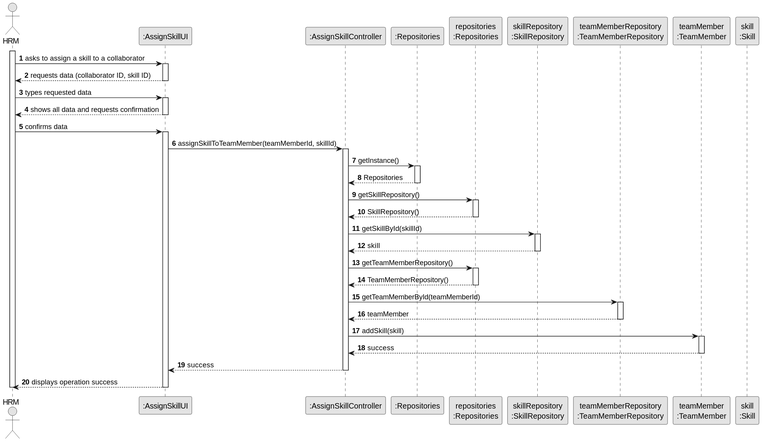
Before: docs/sprintC/us004/03.design/svg/us004-sequence-diagram-full.svg, a diagram exported from PlantUML (Mendoncaa/LAPR2). Source of this version:
```plantuml
@startuml
skinparam monochrome true
skinparam packageStyle rectangle
skinparam shadowing false

autonumber

actor "HRM" as ADM
participant ":AssignSkillUI" as UI
participant ":AssignSkillController" as CTRL
participant ":Repositories" as RepositorySingleton
participant "repositories\n:Repositories" as PLAT
participant "skillRepository\n:SkillRepository" as SkillRepository
participant "teamMemberRepository\n:TeamMemberRepository" as TeamMemberRepository
participant "teamMember\n:TeamMember" as TeamMember
participant "skill\n:Skill" as Skill

activate ADM

    ADM -> UI : asks to assign a skill to a collaborator
    activate UI

    UI --> ADM : requests data (collaborator ID, skill ID)
    deactivate UI

    ADM -> UI : types requested data
    activate UI

    UI --> ADM : shows all data and requests confirmation
    deactivate UI

    ADM -> UI : confirms data
    activate UI

    UI -> CTRL : assignSkillToTeamMember(teamMemberId, skillId)
    activate CTRL

    CTRL -> RepositorySingleton : getInstance()
    activate RepositorySingleton
    CTRL <-- RepositorySingleton : Repositories
    deactivate RepositorySingleton

    CTRL -> PLAT : getSkillRepository()
    activate PLAT
    CTRL <-- PLAT : SkillRepository()
    deactivate PLAT

    CTRL -> SkillRepository : getSkillById(skillId)
    activate SkillRepository
    CTRL <-- SkillRepository : skill
    deactivate SkillRepository

    CTRL -> PLAT : getTeamMemberRepository()
    activate PLAT
    CTRL <-- PLAT : TeamMemberRepository()
    deactivate PLAT

    CTRL -> TeamMemberRepository : getTeamMemberById(teamMemberId)
    activate TeamMemberRepository
    CTRL <-- TeamMemberRepository : teamMember
    deactivate TeamMemberRepository

    CTRL -> TeamMember : addSkill(skill)
    activate TeamMember
    CTRL <-- TeamMember : success
    deactivate TeamMember

    CTRL --> UI : success
    deactivate CTRL

    UI --> ADM : displays operation success
deactivate UI

deactivate ADM
@enduml
```
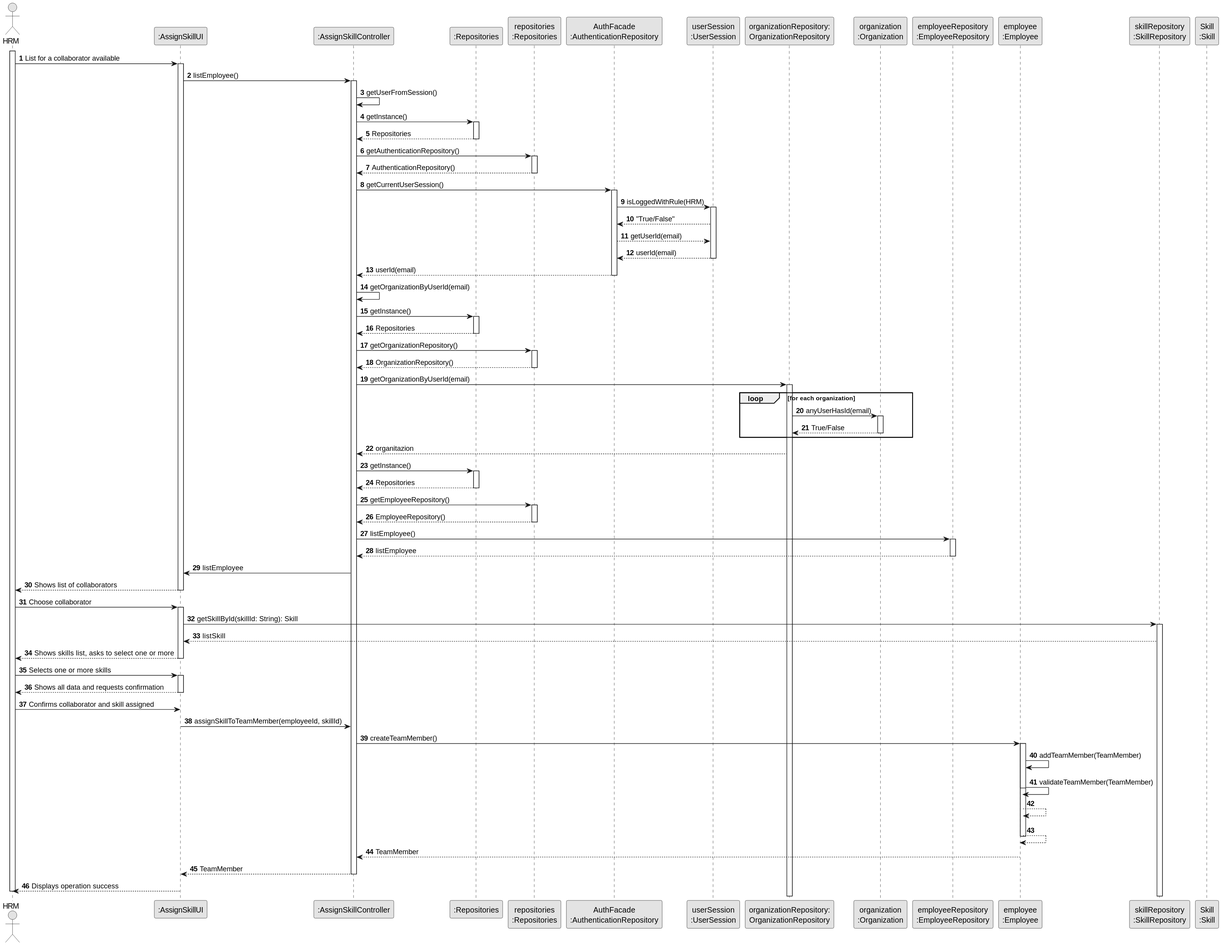
After the change.

What changed in the source:
```diff
@@ -5,71 +5,145 @@
 
 autonumber
 
+
 actor "HRM" as ADM
 participant ":AssignSkillUI" as UI
 participant ":AssignSkillController" as CTRL
 participant ":Repositories" as RepositorySingleton
 participant "repositories\n:Repositories" as PLAT
+participant "AuthFacade\n:AuthenticationRepository" as AUTHREP
+participant "userSession\n:UserSession" as USER
+participant "organizationRepository:\nOrganizationRepository" as OrganizationRepository
+participant "organization\n:Organization" as ORG
+participant "employeeRepository\n:EmployeeRepository" as EmployeeRepository
+participant "employee\n:Employee" as Employee
 participant "skillRepository\n:SkillRepository" as SkillRepository
-participant "teamMemberRepository\n:TeamMemberRepository" as TeamMemberRepository
-participant "teamMember\n:TeamMember" as TeamMember
-participant "skill\n:Skill" as Skill
+participant "Skill\n:Skill" as SKILL
 
 activate ADM
 
-    ADM -> UI : asks to assign a skill to a collaborator
+    ADM -> UI : List for a collaborator available
     activate UI
 
-    UI --> ADM : requests data (collaborator ID, skill ID)
+    UI -> CTRL : listEmployee()
+    activate CTRL
+
+    CTRL -> CTRL : getUserFromSession()
+
+        CTRL -> RepositorySingleton : getInstance()
+        activate RepositorySingleton
+        CTRL <-- RepositorySingleton : Repositories
+        deactivate RepositorySingleton
+
+        CTRL -> PLAT : getAuthenticationRepository()
+        activate PLAT
+        CTRL <-- PLAT : AuthenticationRepository()
+        deactivate PLAT
+
+        CTRL -> AUTHREP : getCurrentUserSession()
+        activate AUTHREP
+
+        AUTHREP -> USER : isLoggedWithRule(HRM)
+        activate USER
+
+        AUTHREP <-- USER : "True/False"
+        AUTHREP --> USER : getUserId(email)
+        AUTHREP <-- USER : userId(email)
+        deactivate USER
+
+        CTRL <-- AUTHREP : userId(email)
+        deactivate AUTHREP
+
+        CTRL -> CTRL : getOrganizationByUserId(email)
+
+        CTRL -> RepositorySingleton : getInstance()
+        activate RepositorySingleton
+        CTRL <-- RepositorySingleton : Repositories
+        deactivate RepositorySingleton
+
+        CTRL -> PLAT : getOrganizationRepository()
+        activate PLAT
+        CTRL <-- PLAT : OrganizationRepository()
+        deactivate PLAT
+
+        CTRL -> OrganizationRepository :getOrganizationByUserId(email)
+        activate OrganizationRepository
+        loop for each organization
+        OrganizationRepository -> ORG : anyUserHasId(email)
+        activate ORG
+        OrganizationRepository <-- ORG : True/False
+        deactivate ORG
+        end loop
+
+        CTRL <-- OrganizationRepository : organitazion
+
+
+        CTRL -> RepositorySingleton : getInstance()
+        activate RepositorySingleton
+        CTRL <-- RepositorySingleton : Repositories
+        deactivate RepositorySingleton
+
+        CTRL -> PLAT : getEmployeeRepository()
+        activate PLAT
+        CTRL <-- PLAT : EmployeeRepository()
+        deactivate PLAT
+
+        CTRL -> EmployeeRepository : listEmployee()
+        activate EmployeeRepository
+        CTRL <-- EmployeeRepository : listEmployee
+        deactivate EmployeeRepository
+
+        UI <- CTRL: listEmployee
+
+
+    UI --> ADM : Shows list of collaborators
     deactivate UI
 
-    ADM -> UI : types requested data
+    ADM -> UI : Choose collaborator
     activate UI
 
-    UI --> ADM : shows all data and requests confirmation
+        UI -> SkillRepository : getSkillById(skillId: String): Skill
+        activate SkillRepository
+        UI <-- SkillRepository : listSkill
+        deactivate EmployeeRepository
+
+    UI --> ADM : Shows skills list, asks to select one or more
     deactivate UI
 
-    ADM -> UI : confirms data
+    ADM -> UI : Selects one or more skills
     activate UI
 
-    UI -> CTRL : assignSkillToTeamMember(teamMemberId, skillId)
-    activate CTRL
+    UI --> ADM : Shows all data and requests confirmation
+    deactivate UI
 
-    CTRL -> RepositorySingleton : getInstance()
-    activate RepositorySingleton
-    CTRL <-- RepositorySingleton : Repositories
-    deactivate RepositorySingleton
+    ADM -> UI : Confirms collaborator and skill assigned
+    deactivate UI
 
-    CTRL -> PLAT : getSkillRepository()
-    activate PLAT
-    CTRL <-- PLAT : SkillRepository()
-    deactivate PLAT
+    UI -> CTRL : assignSkillToTeamMember(employeeId, skillId)
 
-    CTRL -> SkillRepository : getSkillById(skillId)
-    activate SkillRepository
-    CTRL <-- SkillRepository : skill
-    deactivate SkillRepository
+    CTRL -> Employee: createTeamMember()
+        activate Employee
 
-    CTRL -> PLAT : getTeamMemberRepository()
-    activate PLAT
-    CTRL <-- PLAT : TeamMemberRepository()
-    deactivate PLAT
+    activate Employee
+        Employee -> Employee: addTeamMember(TeamMember)
+        Employee -> Employee: validateTeamMember(TeamMember)
 
-    CTRL -> TeamMemberRepository : getTeamMemberById(teamMemberId)
-    activate TeamMemberRepository
-    CTRL <-- TeamMemberRepository : teamMember
-    deactivate TeamMemberRepository
+     deactivate Employee
 
-    CTRL -> TeamMember : addSkill(skill)
-    activate TeamMember
-    CTRL <-- TeamMember : success
-    deactivate TeamMember
+     Employee --> Employee
+     Employee --> Employee
+     deactivate Employee
 
-    CTRL --> UI : success
-    deactivate CTRL
 
-    UI --> ADM : displays operation success
-deactivate UI
+        Employee --> CTRL : TeamMember
+
+        deactivate Employee
+
+        CTRL --> UI: TeamMember
+        deactivate CTRL
+        UI --> ADM: Displays operation success
+        deactivate UI
+
 
 deactivate ADM
 @enduml
```
